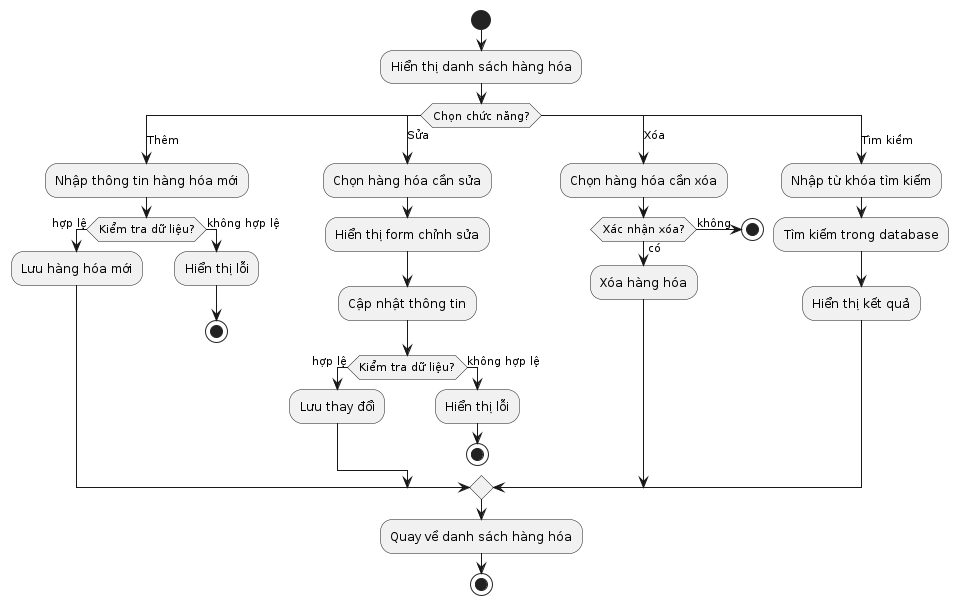
Vu-Duc-Vuong/OOP_N02_T3_2_2025_Group12 keeps this PlantUML diagram as diagrams/GoodsManagementActivity.png. Above is the earlier version.
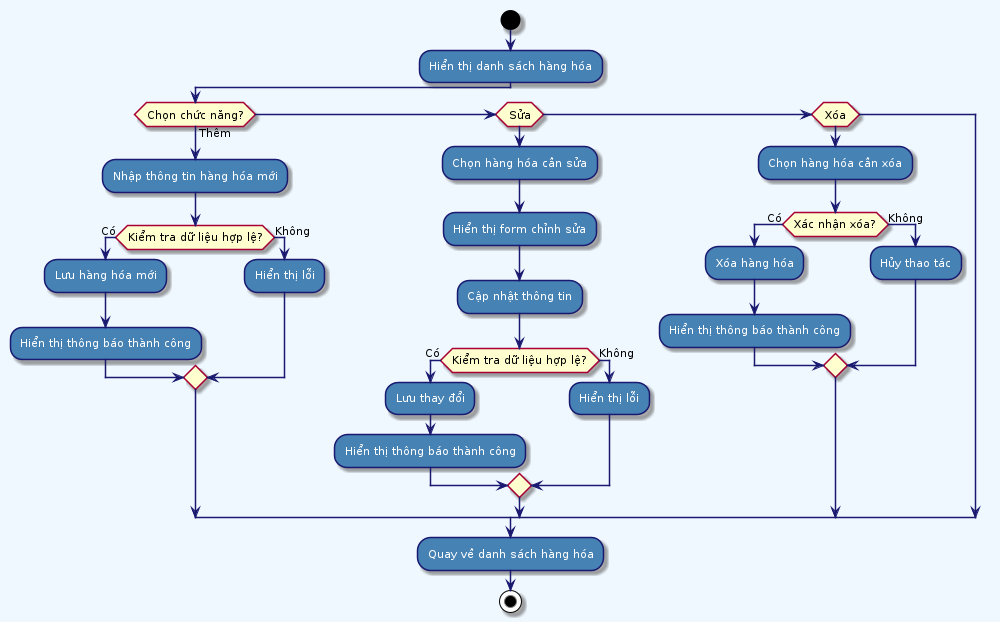
After the change.

Diff of the diagram source:
```diff
@@ -1,39 +1,49 @@
 @startuml GoodsManagementActivity
+skinparam backgroundColor #F0F8FF
+skinparam activity {
+    BackgroundColor #4682B4
+    BorderColor #191970
+    FontColor white
+    ArrowColor #191970
+    FontSize 11
+}
+skinparam diamond {
+    BackgroundColor #87CEEB
+    BorderColor #4682B4
+    FontColor #191970
+}
 
 start
 :Hiển thị danh sách hàng hóa;
-switch (Chọn chức năng?)
-case (Thêm)
-  :Nhập thông tin hàng hóa mới;
-  if (Kiểm tra dữ liệu?) then (hợp lệ)
-    :Lưu hàng hóa mới;
-  else (không hợp lệ)
-    :Hiển thị lỗi;
-    stop
-  endif
-case (Sửa)
-  :Chọn hàng hóa cần sửa;
-  :Hiển thị form chỉnh sửa;
-  :Cập nhật thông tin;
-  if (Kiểm tra dữ liệu?) then (hợp lệ)
-    :Lưu thay đổi;
-  else (không hợp lệ)
-    :Hiển thị lỗi;
-    stop
-  endif
-case (Xóa)
-  :Chọn hàng hóa cần xóa;
-  if (Xác nhận xóa?) then (có)
-    :Xóa hàng hóa;
-  else (không)
-    stop
-  endif
-case (Tìm kiếm)
-  :Nhập từ khóa tìm kiếm;
-  :Tìm kiếm trong database;
-  :Hiển thị kết quả;
-endswitch
+
+if (Chọn chức năng?) then (Thêm)
+    :Nhập thông tin hàng hóa mới;
+    if (Kiểm tra dữ liệu hợp lệ?) then (Có)
+        :Lưu hàng hóa mới;
+        :Hiển thị thông báo thành công;
+    else (Không)
+        :Hiển thị lỗi;
+    endif
+elseif (Sửa) then
+    :Chọn hàng hóa cần sửa;
+    :Hiển thị form chỉnh sửa;
+    :Cập nhật thông tin;
+    if (Kiểm tra dữ liệu hợp lệ?) then (Có)
+        :Lưu thay đổi;
+        :Hiển thị thông báo thành công;
+    else (Không)
+        :Hiển thị lỗi;
+    endif
+elseif (Xóa) then
+    :Chọn hàng hóa cần xóa;
+    if (Xác nhận xóa?) then (Có)
+        :Xóa hàng hóa;
+        :Hiển thị thông báo thành công;
+    else (Không)
+        :Hủy thao tác;
+    endif
+endif
+
 :Quay về danh sách hàng hóa;
 stop
-
 @enduml
```
